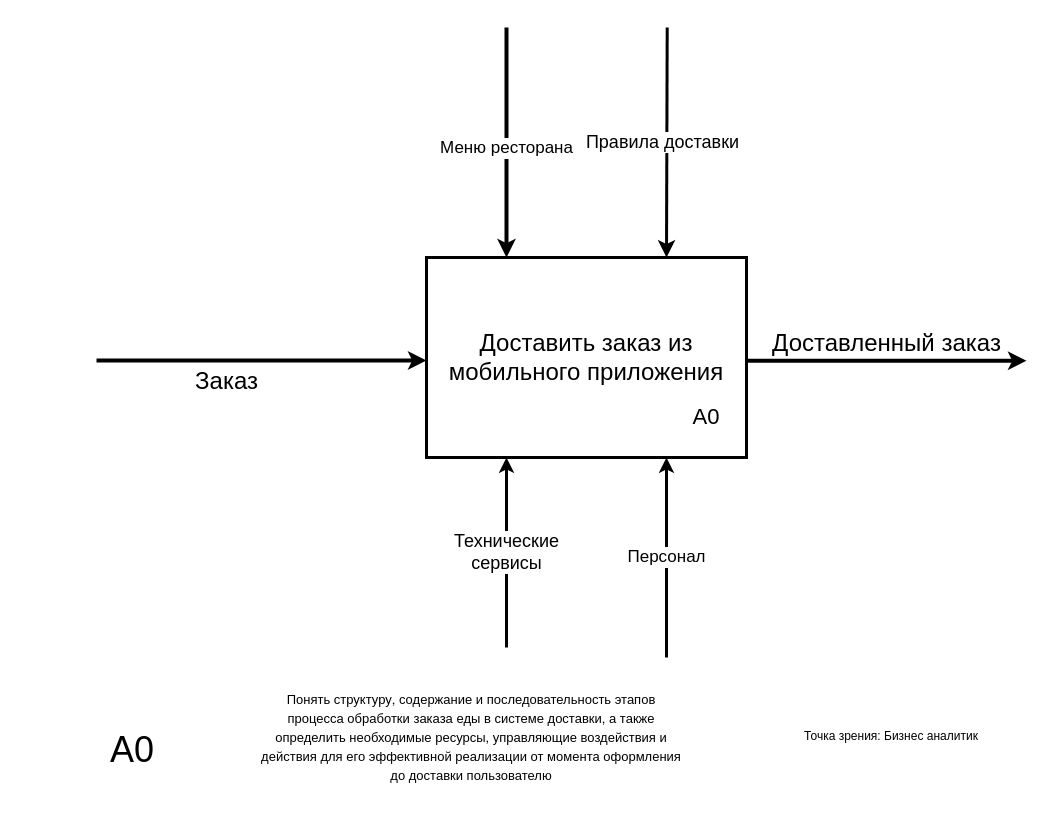
The draw.io diagram page "Контекстная диаграмма" (1 of 5) of Диаграмма доставка.drawio in LEOVBOX/idef0_mobile_app, before the edit. Source tidied: cells renumbered, new cells numbered last; positions are measured from the earlier drawing's top-left corner, leaving out a move shared by most shapes. Both pictures are drawn from the tidied source at 100%, with x=0, y=0 at pixel (17, 27).
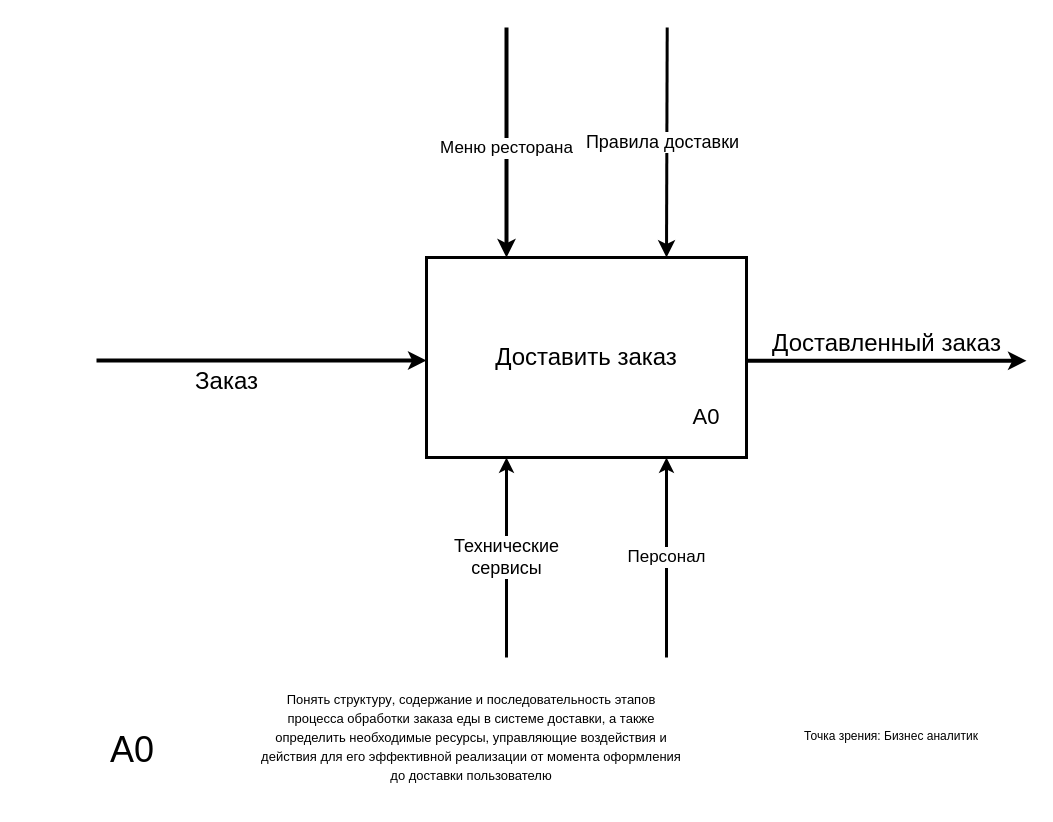
After the change.

What changed in the source:
```diff
@@
     <mxCell id="4" value="&lt;span style=&quot;font-size: 18px;&quot;&gt;Технические&lt;/span&gt;&lt;div&gt;&lt;span style=&quot;font-size: 18px;&quot;&gt;сервисы&lt;/span&gt;&lt;/div&gt;" style="edgeStyle=orthogonalEdgeStyle;rounded=0;jettySize=auto;html=1;exitX=0.25;exitY=1;exitDx=0;exitDy=0;endArrow=none;endFill=0;startArrow=classic;startFill=1;strokeWidth=3;" parent="1" edge="1" source="8">
       <mxGeometry relative="1" as="geometry">
-        <mxPoint x="489" y="620" as="targetPoint" />
+        <mxPoint x="489" y="630" as="targetPoint" />
       </mxGeometry>
     </mxCell>
@@
-    <mxCell id="8" value="&lt;font style=&quot;font-size: 24px;&quot;&gt;Доставить заказ из мобильного приложения&lt;/font&gt;" style="rounded=0;whiteSpace=wrap;html=1;fillColor=none;strokeWidth=3;" parent="1" vertex="1">
+    <mxCell id="8" value="&lt;font style=&quot;font-size: 24px;&quot;&gt;Доставить заказ&lt;/font&gt;" style="rounded=0;whiteSpace=wrap;html=1;fillColor=none;strokeWidth=3;" parent="1" vertex="1">
       <mxGeometry x="409" y="230" width="320" height="200" as="geometry" />
     </mxCell>
```
